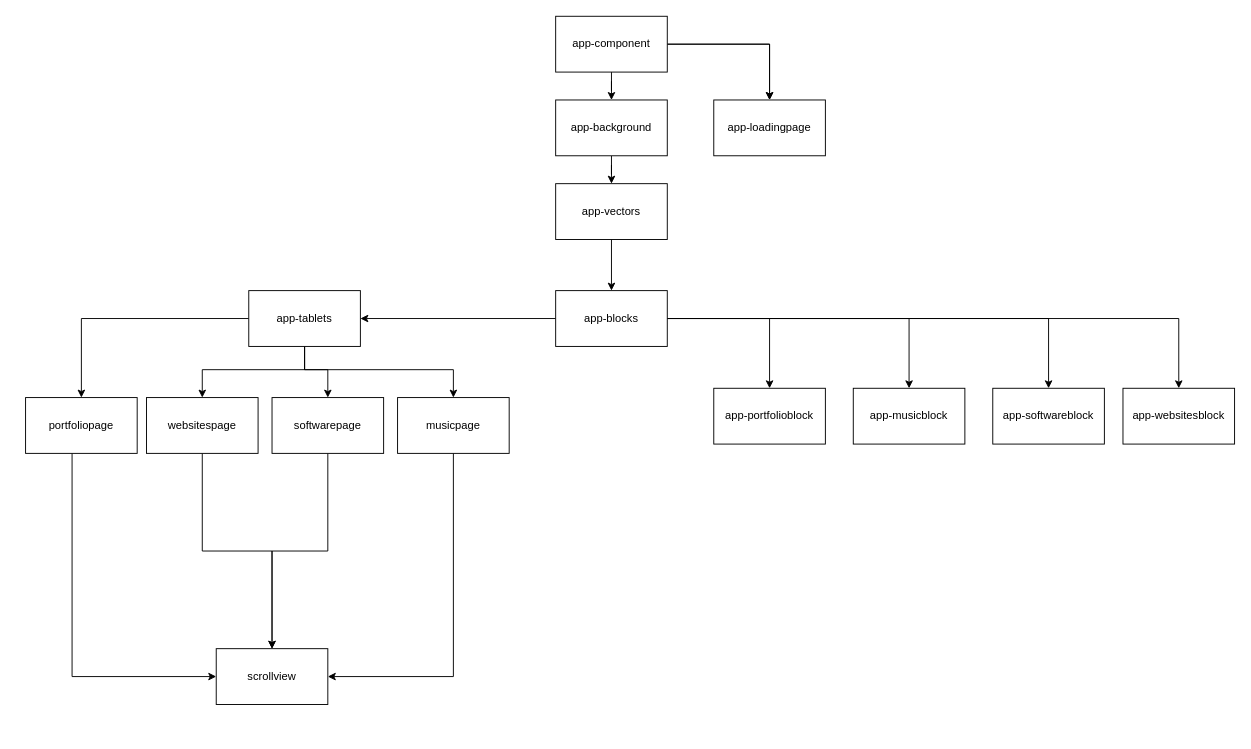
The draw.io diagram blueprints/component hierarchy.drawio in DoubleCouponDay/portfolio, before the edit. Source tidied: cells renumbered, new cells numbered last; positions are measured from the earlier drawing's top-left corner, leaving out a move shared by most shapes. Both pictures are drawn from the tidied source at 93%, with x=0, y=0 at pixel (25, 16).
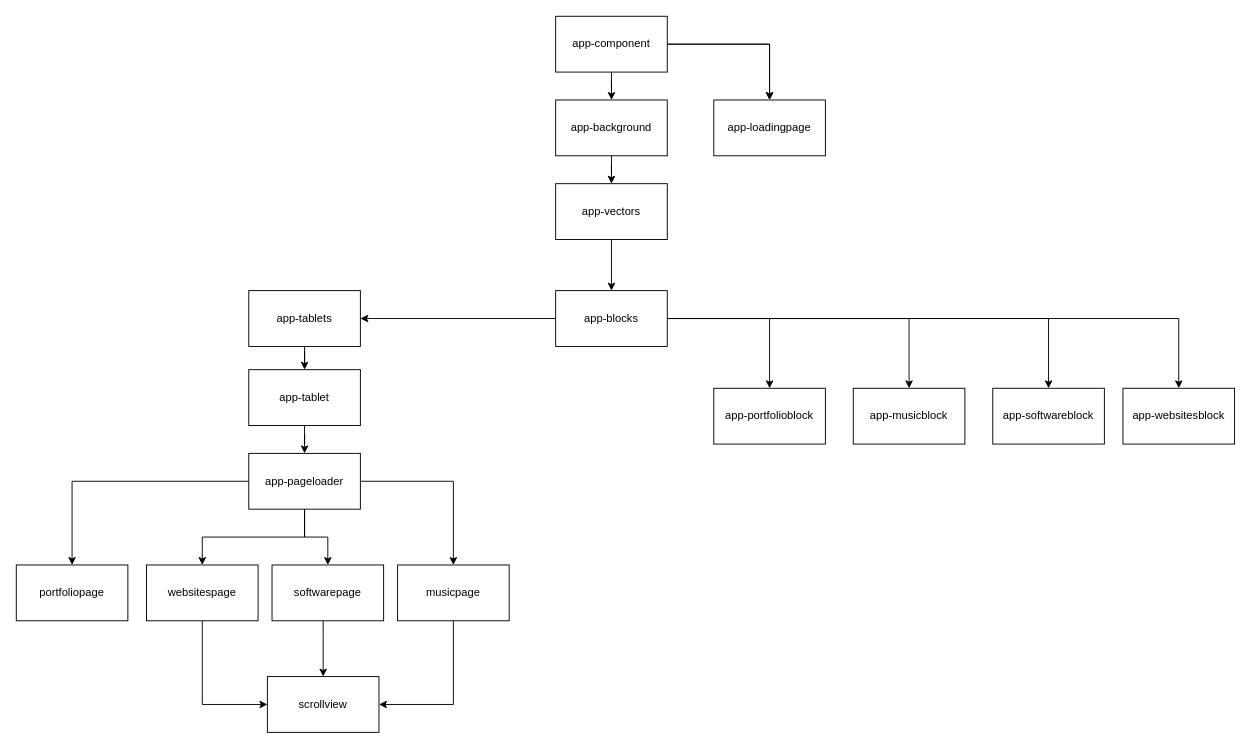
After the change.

Unchanged cells that the change refers to:
```xml
<mxCell id="29" value="app-tablets" style="rounded=0;whiteSpace=wrap;html=1;" parent="1" vertex="1">
  <mxGeometry x="240" y="295" width="120" height="60" as="geometry" />
</mxCell>
```

Diff of the diagram source:
```diff
@@
     <mxCell id="23" style="edgeStyle=orthogonalEdgeStyle;rounded=0;jettySize=auto;html=1;" parent="1" edge="1" source="24" target="36">
       <mxGeometry relative="1" as="geometry">
         <Array as="points">
-          <mxPoint x="460" y="710" />
+          <mxPoint x="460" y="740" />
         </Array>
       </mxGeometry>
     </mxCell>
     <mxCell id="24" value="musicpage" style="rounded=0;whiteSpace=wrap;html=1;" parent="1" vertex="1">
-      <mxGeometry x="400" y="410" width="120" height="60" as="geometry" />
+      <mxGeometry x="400" y="590" width="120" height="60" as="geometry" />
     </mxCell>
-    <mxCell id="25" style="edgeStyle=orthogonalEdgeStyle;rounded=0;jettySize=auto;html=1;entryX=0.5;entryY=0;entryDx=0;entryDy=0;" parent="1" edge="1" source="29" target="31">
-      <mxGeometry relative="1" as="geometry" />
-    </mxCell>
-    <mxCell id="26" style="edgeStyle=orthogonalEdgeStyle;rounded=0;jettySize=auto;html=1;entryX=0.5;entryY=0;entryDx=0;entryDy=0;" parent="1" edge="1" source="29" target="33">
-      <mxGeometry relative="1" as="geometry">
-        <Array as="points">
-          <mxPoint x="300" y="380" />
-          <mxPoint x="190" y="380" />
-        </Array>
-      </mxGeometry>
-    </mxCell>
-    <mxCell id="27" style="edgeStyle=orthogonalEdgeStyle;rounded=0;jettySize=auto;html=1;entryX=0.5;entryY=0;entryDx=0;entryDy=0;" parent="1" edge="1" source="29" target="35">
-      <mxGeometry relative="1" as="geometry">
-        <Array as="points">
-          <mxPoint x="300" y="380" />
-          <mxPoint x="325" y="380" />
-        </Array>
-      </mxGeometry>
-    </mxCell>
-    <mxCell id="28" style="edgeStyle=orthogonalEdgeStyle;rounded=0;jettySize=auto;html=1;entryX=0.5;entryY=0;entryDx=0;entryDy=0;" parent="1" edge="1" source="29" target="24">
-      <mxGeometry relative="1" as="geometry">
-        <Array as="points">
-          <mxPoint x="300" y="380" />
-          <mxPoint x="460" y="380" />
-        </Array>
-      </mxGeometry>
-    </mxCell>
+    <mxCell id="37" style="edgeStyle=orthogonalEdgeStyle;rounded=0;jettySize=auto;html=1;" parent="1" edge="1" source="29" target="38">
+      <mxGeometry relative="1" as="geometry" />
+    </mxCell>
@@
-    <mxCell id="30" style="edgeStyle=orthogonalEdgeStyle;rounded=0;jettySize=auto;html=1;entryX=0;entryY=0.5;entryDx=0;entryDy=0;" parent="1" edge="1" source="31" target="36">
-      <mxGeometry relative="1" as="geometry">
-        <Array as="points">
-          <mxPoint x="50" y="710" />
-        </Array>
-      </mxGeometry>
-    </mxCell>
     <mxCell id="31" value="portfoliopage" style="rounded=0;whiteSpace=wrap;html=1;" parent="1" vertex="1">
-      <mxGeometry y="410" width="120" height="60" as="geometry" />
+      <mxGeometry x="-10" y="590" width="120" height="60" as="geometry" />
     </mxCell>
-    <mxCell id="32" style="edgeStyle=orthogonalEdgeStyle;rounded=0;jettySize=auto;html=1;entryX=0.5;entryY=0;entryDx=0;entryDy=0;" parent="1" edge="1" source="33" target="36">
-      <mxGeometry relative="1" as="geometry" />
+    <mxCell id="32" style="edgeStyle=orthogonalEdgeStyle;rounded=0;jettySize=auto;html=1;entryX=0;entryY=0.5;entryDx=0;entryDy=0;" parent="1" edge="1" source="33" target="36">
+      <mxGeometry relative="1" as="geometry">
+        <Array as="points">
+          <mxPoint x="190" y="620" />
+        </Array>
+      </mxGeometry>
     </mxCell>
     <mxCell id="33" value="websitespage" style="rounded=0;whiteSpace=wrap;html=1;" parent="1" vertex="1">
-      <mxGeometry x="130" y="410" width="120" height="60" as="geometry" />
+      <mxGeometry x="130" y="590" width="120" height="60" as="geometry" />
     </mxCell>
-    <mxCell id="34" style="edgeStyle=orthogonalEdgeStyle;rounded=0;jettySize=auto;html=1;entryX=0.5;entryY=0;entryDx=0;entryDy=0;" parent="1" edge="1" source="35" target="36">
-      <mxGeometry relative="1" as="geometry" />
+    <mxCell id="34" style="edgeStyle=orthogonalEdgeStyle;rounded=0;jettySize=auto;html=1;" parent="1" edge="1" source="35" target="36">
+      <mxGeometry relative="1" as="geometry">
+        <Array as="points">
+          <mxPoint x="320" y="670" />
+          <mxPoint x="320" y="670" />
+        </Array>
+      </mxGeometry>
     </mxCell>
     <mxCell id="35" value="softwarepage" style="rounded=0;whiteSpace=wrap;html=1;" parent="1" vertex="1">
-      <mxGeometry x="265" y="410" width="120" height="60" as="geometry" />
+      <mxGeometry x="265" y="590" width="120" height="60" as="geometry" />
     </mxCell>
     <mxCell id="36" value="scrollview" style="rounded=0;whiteSpace=wrap;html=1;" parent="1" vertex="1">
-      <mxGeometry x="205" y="680" width="120" height="60" as="geometry" />
+      <mxGeometry x="260" y="710" width="120" height="60" as="geometry" />
     </mxCell>
+    <mxCell id="38" value="app-tablet" style="rounded=0;whiteSpace=wrap;html=1;" parent="1" vertex="1">
+      <mxGeometry x="240" y="380" width="120" height="60" as="geometry" />
+    </mxCell>
+    <mxCell id="39" style="edgeStyle=orthogonalEdgeStyle;rounded=0;jettySize=auto;html=1;" parent="1" edge="1" source="43" target="35">
+      <mxGeometry relative="1" as="geometry" />
+    </mxCell>
+    <mxCell id="40" style="edgeStyle=orthogonalEdgeStyle;rounded=0;jettySize=auto;html=1;entryX=0.5;entryY=0;entryDx=0;entryDy=0;" parent="1" edge="1" source="43" target="33">
+      <mxGeometry relative="1" as="geometry" />
+    </mxCell>
+    <mxCell id="41" style="edgeStyle=orthogonalEdgeStyle;rounded=0;jettySize=auto;html=1;entryX=0.5;entryY=0;entryDx=0;entryDy=0;" parent="1" edge="1" source="43" target="31">
+      <mxGeometry relative="1" as="geometry" />
+    </mxCell>
+    <mxCell id="42" style="edgeStyle=orthogonalEdgeStyle;rounded=0;jettySize=auto;html=1;entryX=0.5;entryY=0;entryDx=0;entryDy=0;" parent="1" edge="1" source="43" target="24">
+      <mxGeometry relative="1" as="geometry" />
+    </mxCell>
+    <mxCell id="43" value="app-pageloader" style="rounded=0;whiteSpace=wrap;html=1;" parent="1" vertex="1">
+      <mxGeometry x="240" y="470" width="120" height="60" as="geometry" />
+    </mxCell>
+    <mxCell id="44" style="edgeStyle=orthogonalEdgeStyle;rounded=0;jettySize=auto;html=1;" parent="1" edge="1" source="38" target="43">
+      <mxGeometry relative="1" as="geometry" />
+    </mxCell>
```
